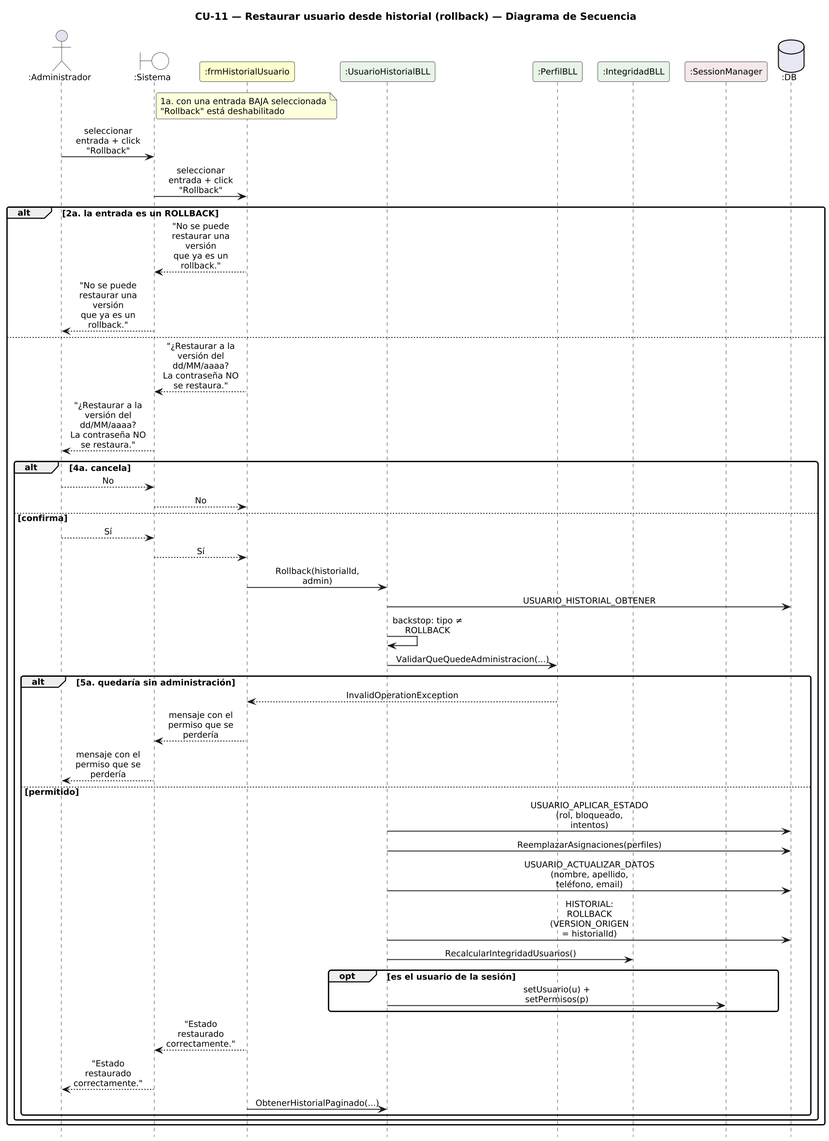
This is DIAGRAMAS/DiagramaSecuencia_CU11_RestaurarUsuarioHistorial.png from Urrels/ingenieria_software, a PlantUML export, as it was before one commit.
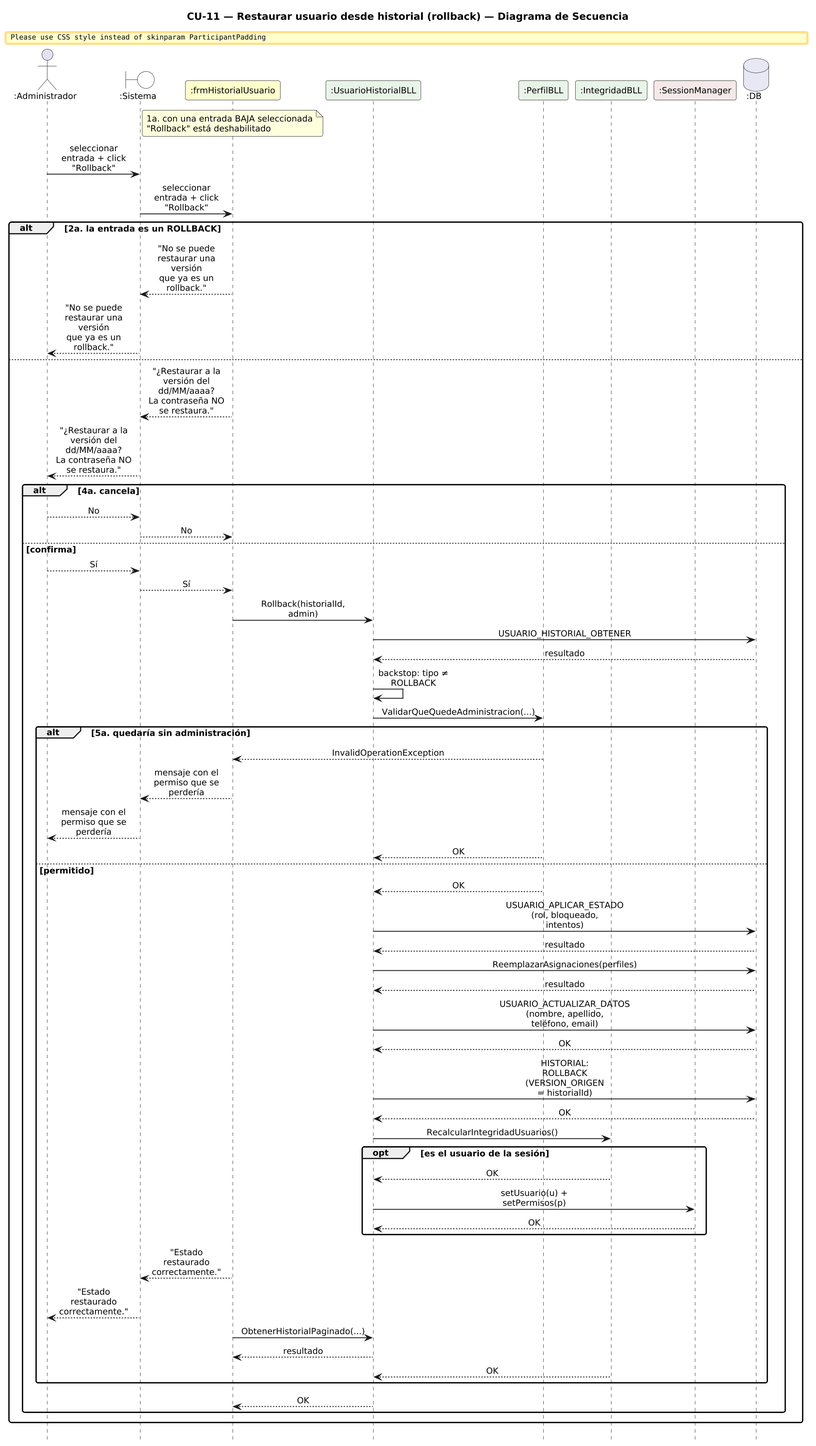
After the change.

Diff of the diagram source:
```diff
@@ -39,25 +39,37 @@
     SYS --> H : Sí
     H -> HB : Rollback(historialId, admin)
     HB -> DB : USUARIO_HISTORIAL_OBTENER
+    DB --> HB : resultado
     HB -> HB : backstop: tipo ≠ ROLLBACK
     HB -> PB : ValidarQueQuedeAdministracion(...)
     alt 5a. quedaría sin administración
       PB --> H : InvalidOperationException
       H --> SYS : mensaje con el permiso que se perdería
       SYS --> A : mensaje con el permiso que se perdería
+      PB --> HB : OK
     else permitido
+      PB --> HB : OK
       HB -> DB : USUARIO_APLICAR_ESTADO\n(rol, bloqueado, intentos)
+      DB --> HB : resultado
       HB -> DB : ReemplazarAsignaciones(perfiles)
+      DB --> HB : resultado
       HB -> DB : USUARIO_ACTUALIZAR_DATOS\n(nombre, apellido, teléfono, email)
+      DB --> HB : OK
       HB -> DB : HISTORIAL: ROLLBACK\n(VERSION_ORIGEN = historialId)
+      DB --> HB : OK
       HB -> I : RecalcularIntegridadUsuarios()
       opt es el usuario de la sesión
+        I --> HB : OK
         HB -> S : setUsuario(u) + setPermisos(p)
+        S --> HB : OK
       end
       H --> SYS : "Estado restaurado correctamente."
       SYS --> A : "Estado restaurado correctamente."
       H -> HB : ObtenerHistorialPaginado(...)
+      HB --> H : resultado
+      I --> HB : OK
     end
+      HB --> H : OK
   end
 end
 
```
